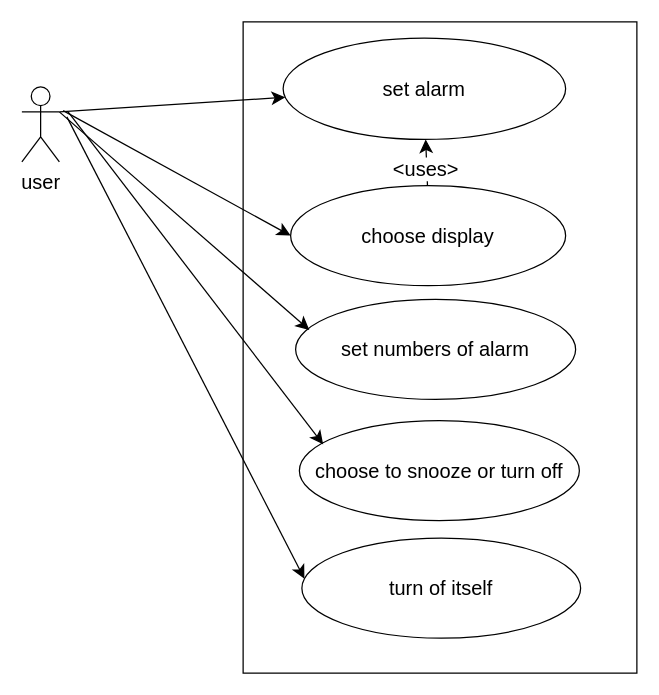
This is page "Page-2" (2 of 4) of Untitled Diagram.drawio from sophiyaprasain/System-Moodeling, a draw.io file, before an edit. Source tidied: cells renumbered, new cells numbered last; positions are measured from the earlier drawing's top-left corner, leaving out a move shared by most shapes. Both pictures are drawn from the tidied source at 125%, with x=0, y=0 at pixel (21, 21).
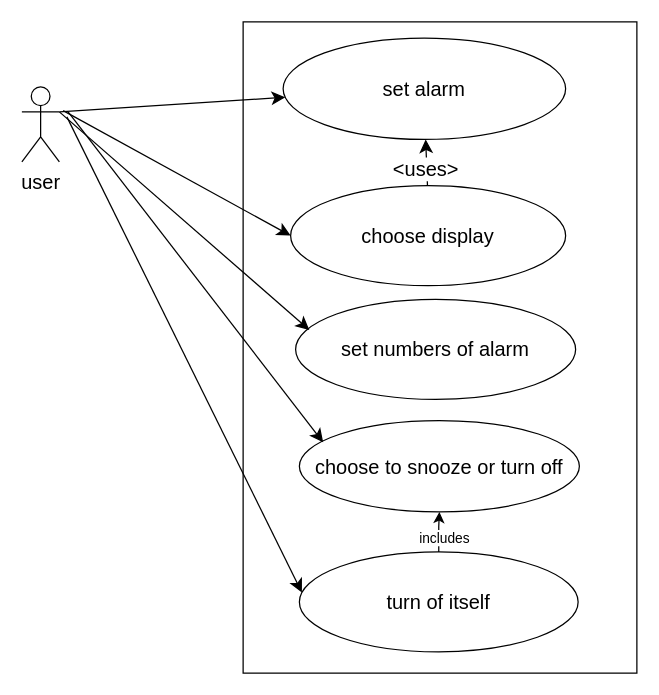
The same diagram, later.

Diff of the diagram source:
```diff
@@
     <mxCell id="10" value="choose to snooze or turn off" style="ellipse;whiteSpace=wrap;html=1;fontSize=16;" parent="1" vertex="1">
-      <mxGeometry x="222" y="319" width="224" height="80" as="geometry" />
+      <mxGeometry x="222" y="319" width="224" height="73" as="geometry" />
     </mxCell>
+    <mxCell id="18" style="edgeStyle=orthogonalEdgeStyle;rounded=0;jettySize=auto;html=1;" parent="1" edge="1" source="11" target="10">
+      <mxGeometry relative="1" as="geometry" />
+    </mxCell>
+    <mxCell id="19" value="includes" style="edgeLabel;html=1;align=center;verticalAlign=middle;" parent="18" vertex="1">
+      <mxGeometry x="-0.26" y="-3" relative="1" as="geometry">
+        <mxPoint x="1" as="offset" />
+      </mxGeometry>
+    </mxCell>
     <mxCell id="11" value="turn of itself" style="ellipse;whiteSpace=wrap;html=1;fontSize=16;" parent="1" vertex="1">
-      <mxGeometry x="224" y="413" width="223" height="80" as="geometry" />
+      <mxGeometry x="222" y="424" width="223" height="80" as="geometry" />
     </mxCell>
```
